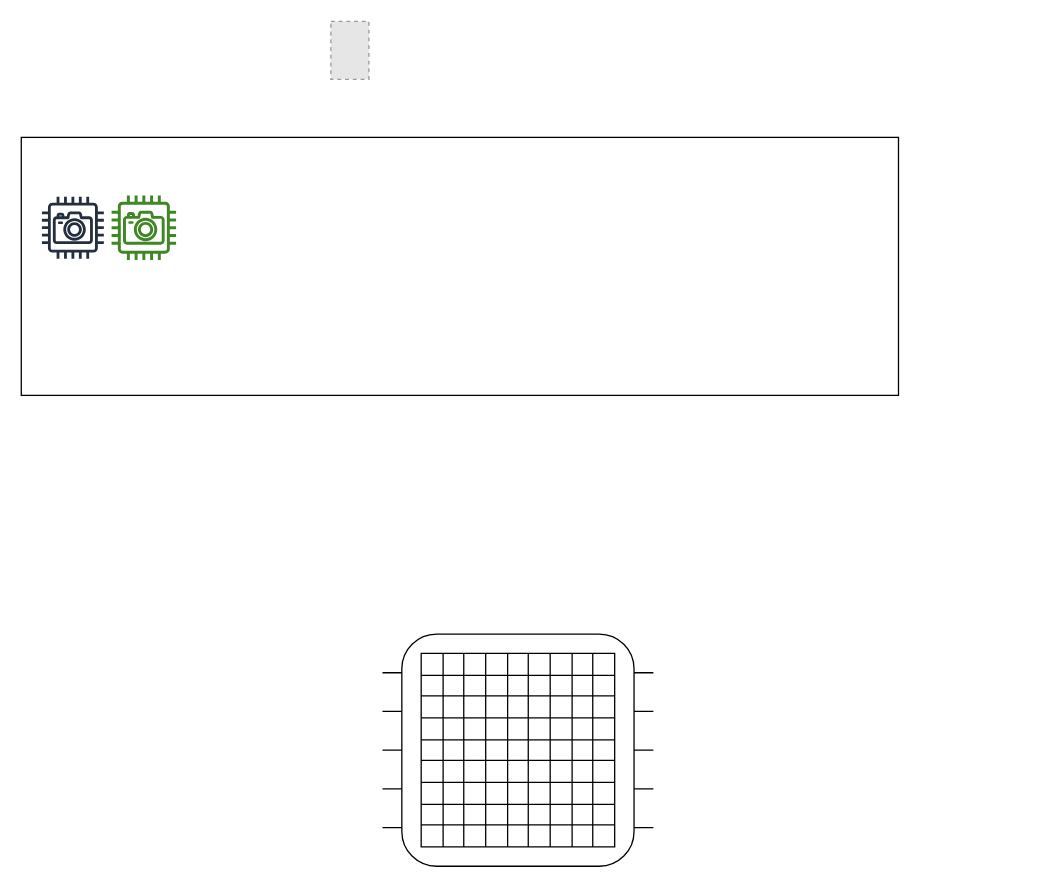
Earlier version of the draw.io diagram Untitled Diagram.drawio (sunshangquan/yolov4-pytorch). Source tidied: cells renumbered, new cells numbered last; positions are measured from the earlier drawing's top-left corner, leaving out a move shared by most shapes. Both pictures are drawn from the tidied source at 129%, with x=0, y=0 at pixel (21, 21). Pictures stored in the file or linked from it are replaced by grey dashed boxes.
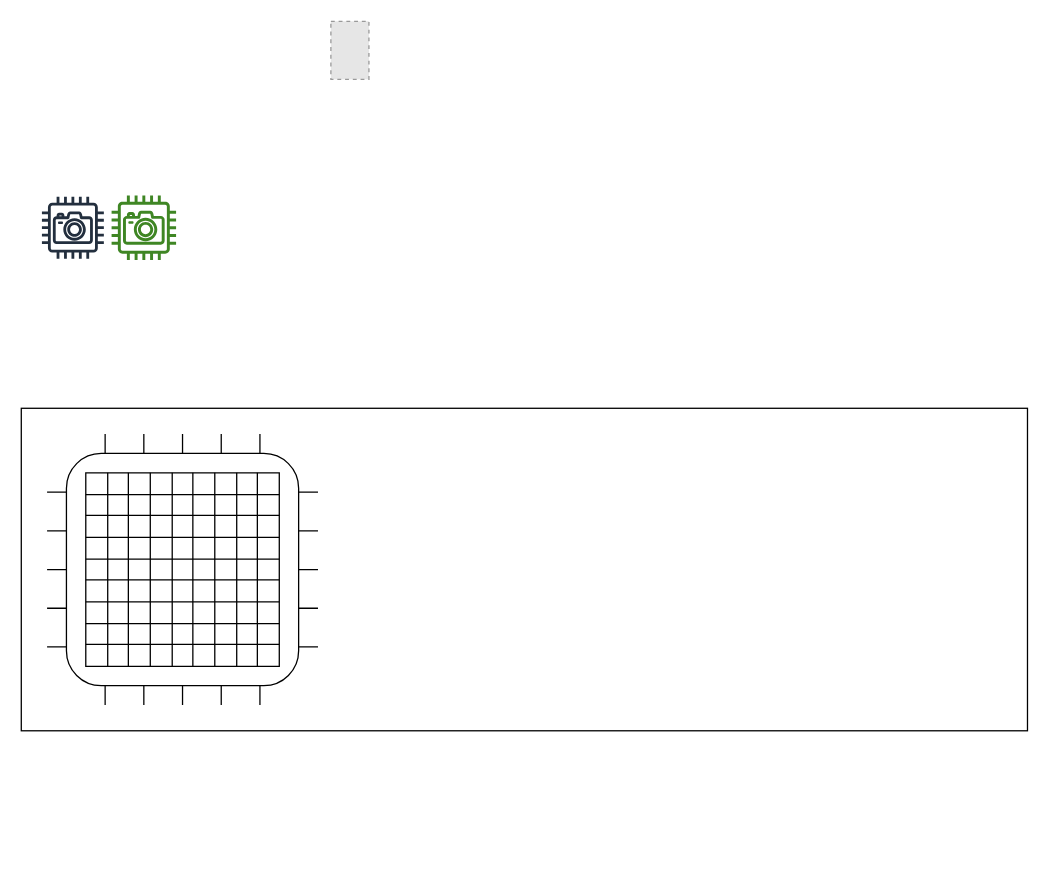
The same page after the edit.

Change to the diagram source:
```diff
@@
+    <mxCell id="8" style="rounded=0;whiteSpace=wrap;html=1;" parent="1" vertex="1">
+      <mxGeometry y="300" width="780" height="250" as="geometry" />
+    </mxCell>
+    <mxCell id="9" style="sketch=0;fontColor=#232F3E;gradientColor=none;strokeColor=#232F3E;fillColor=#ffffff;dashed=0;verticalLabelPosition=bottom;verticalAlign=top;align=center;html=1;fontSize=12;fontStyle=0;shape=mxgraph.aws4.resourceIcon;resIcon=mxgraph.aws4.camera;" parent="1" vertex="1">
+      <mxGeometry x="10" y="130" width="60" height="60" as="geometry" />
+    </mxCell>
+    <mxCell id="10" style="sketch=0;fontColor=#232F3E;gradientColor=none;fillColor=#3F8624;strokeColor=none;dashed=0;verticalLabelPosition=bottom;verticalAlign=top;align=center;html=1;fontSize=12;fontStyle=0;shape=mxgraph.aws4.camera;" parent="1" vertex="1">
+      <mxGeometry x="70" y="135" width="50" height="50" as="geometry" />
+    </mxCell>
+    <mxCell id="11" style="fillColor=#E6E6E6;strokeColor=#999999;dashed=1;html=1;verticalAlign=top;verticalLabelPosition=bottom;labelBackgroundColor=#0000CC;" parent="1" vertex="1">
+      <mxGeometry x="240" width="29.5" height="45" as="geometry" />
+    </mxCell>
+    <mxCell id="103" style="group;" parent="1" vertex="1">
+      <mxGeometry x="20" y="320" width="210" height="210" as="geometry" />
+    </mxCell>
+    <mxCell id="104" style="endArrow=none;html=1;rounded=0;" parent="103" edge="1">
+      <mxGeometry relative="1" as="geometry">
+        <mxPoint x="45" as="sourcePoint" />
+        <mxPoint x="45" y="210" as="targetPoint" />
+      </mxGeometry>
+    </mxCell>
+    <mxCell id="105" style="endArrow=none;html=1;rounded=0;" parent="103" edge="1">
+      <mxGeometry relative="1" as="geometry">
+        <mxPoint x="105" as="sourcePoint" />
+        <mxPoint x="105" y="210" as="targetPoint" />
+      </mxGeometry>
+    </mxCell>
+    <mxCell id="106" style="endArrow=none;html=1;rounded=0;" parent="103" edge="1">
+      <mxGeometry relative="1" as="geometry">
+        <mxPoint x="135" as="sourcePoint" />
+        <mxPoint x="135" y="210" as="targetPoint" />
+      </mxGeometry>
+    </mxCell>
+    <mxCell id="107" style="endArrow=none;html=1;rounded=0;" parent="103" edge="1">
+      <mxGeometry relative="1" as="geometry">
+        <mxPoint x="165" as="sourcePoint" />
+        <mxPoint x="165" y="210" as="targetPoint" />
+      </mxGeometry>
+    </mxCell>
+    <mxCell id="108" style="endArrow=none;html=1;rounded=0;" parent="103" edge="1">
+      <mxGeometry relative="1" as="geometry">
+        <mxPoint x="75" as="sourcePoint" />
+        <mxPoint x="75" y="210" as="targetPoint" />
+      </mxGeometry>
+    </mxCell>
-    <mxCell id="2" style="endArrow=none;html=1;rounded=0;" parent="1" edge="1">
+    <mxCell id="2" style="endArrow=none;html=1;rounded=0;" parent="103" edge="1">
       <mxGeometry relative="1" as="geometry">
-        <mxPoint x="280" y="535" as="sourcePoint" />
-        <mxPoint x="490" y="535" as="targetPoint" />
+        <mxPoint y="75" as="sourcePoint" />
+        <mxPoint x="210" y="75" as="targetPoint" />
       </mxGeometry>
     </mxCell>
-    <mxCell id="3" style="endArrow=none;html=1;rounded=0;" parent="1" edge="1">
+    <mxCell id="3" style="endArrow=none;html=1;rounded=0;" parent="103" edge="1">
       <mxGeometry relative="1" as="geometry">
-        <mxPoint x="280" y="565" as="sourcePoint" />
-        <mxPoint x="490" y="565" as="targetPoint" />
+        <mxPoint y="105" as="sourcePoint" />
+        <mxPoint x="210" y="105" as="targetPoint" />
       </mxGeometry>
     </mxCell>
-    <mxCell id="4" style="endArrow=none;html=1;rounded=0;" parent="1" edge="1">
+    <mxCell id="4" style="endArrow=none;html=1;rounded=0;" parent="103" edge="1">
       <mxGeometry relative="1" as="geometry">
-        <mxPoint x="280" y="595" as="sourcePoint" />
-        <mxPoint x="490" y="595" as="targetPoint" />
+        <mxPoint y="135" as="sourcePoint" />
+        <mxPoint x="210" y="135" as="targetPoint" />
       </mxGeometry>
     </mxCell>
-    <mxCell id="5" style="endArrow=none;html=1;rounded=0;" parent="1" edge="1">
+    <mxCell id="5" style="endArrow=none;html=1;rounded=0;" parent="103" edge="1">
       <mxGeometry relative="1" as="geometry">
-        <mxPoint x="280" y="625" as="sourcePoint" />
-        <mxPoint x="490" y="625" as="targetPoint" />
+        <mxPoint y="165" as="sourcePoint" />
+        <mxPoint x="210" y="165" as="targetPoint" />
       </mxGeometry>
     </mxCell>
-    <mxCell id="6" style="endArrow=none;html=1;rounded=0;" parent="1" edge="1">
+    <mxCell id="6" style="endArrow=none;html=1;rounded=0;" parent="103" edge="1">
       <mxGeometry relative="1" as="geometry">
-        <mxPoint x="280" y="505" as="sourcePoint" />
-        <mxPoint x="490" y="505" as="targetPoint" />
+        <mxPoint y="45" as="sourcePoint" />
+        <mxPoint x="210" y="45" as="targetPoint" />
       </mxGeometry>
     </mxCell>
-    <mxCell id="7" style="rounded=1;whiteSpace=wrap;html=1;" parent="1" vertex="1">
-      <mxGeometry x="295" y="475" width="180" height="180" as="geometry" />
+    <mxCell id="7" style="rounded=1;whiteSpace=wrap;html=1;" parent="103" vertex="1">
+      <mxGeometry x="15" y="15" width="180" height="180" as="geometry" />
     </mxCell>
-    <mxCell id="8" style="rounded=0;whiteSpace=wrap;html=1;" parent="1" vertex="1">
-      <mxGeometry y="90" width="680" height="200" as="geometry" />
-    </mxCell>
-    <mxCell id="9" style="sketch=0;fontColor=#232F3E;gradientColor=none;strokeColor=#232F3E;fillColor=#ffffff;dashed=0;verticalLabelPosition=bottom;verticalAlign=top;align=center;html=1;fontSize=12;fontStyle=0;shape=mxgraph.aws4.resourceIcon;resIcon=mxgraph.aws4.camera;" parent="1" vertex="1">
-      <mxGeometry x="10" y="130" width="60" height="60" as="geometry" />
-    </mxCell>
-    <mxCell id="10" style="sketch=0;fontColor=#232F3E;gradientColor=none;fillColor=#3F8624;strokeColor=none;dashed=0;verticalLabelPosition=bottom;verticalAlign=top;align=center;html=1;fontSize=12;fontStyle=0;shape=mxgraph.aws4.camera;" parent="1" vertex="1">
-      <mxGeometry x="70" y="135" width="50" height="50" as="geometry" />
-    </mxCell>
-    <mxCell id="11" style="fillColor=#E6E6E6;strokeColor=#999999;dashed=1;html=1;verticalAlign=top;verticalLabelPosition=bottom;labelBackgroundColor=#0000CC;" parent="1" vertex="1">
-      <mxGeometry x="240" width="29.5" height="45" as="geometry" />
-    </mxCell>
-    <mxCell id="12" style="shape=table;startSize=0;childLayout=tableLayout;fontSize=16;" parent="1" vertex="1">
-      <mxGeometry x="310" y="490" width="150" height="150" as="geometry" />
+    <mxCell id="12" style="shape=table;startSize=0;childLayout=tableLayout;fontSize=16;" parent="103" vertex="1">
+      <mxGeometry x="30" y="30" width="150" height="150" as="geometry" />
     </mxCell>
```
